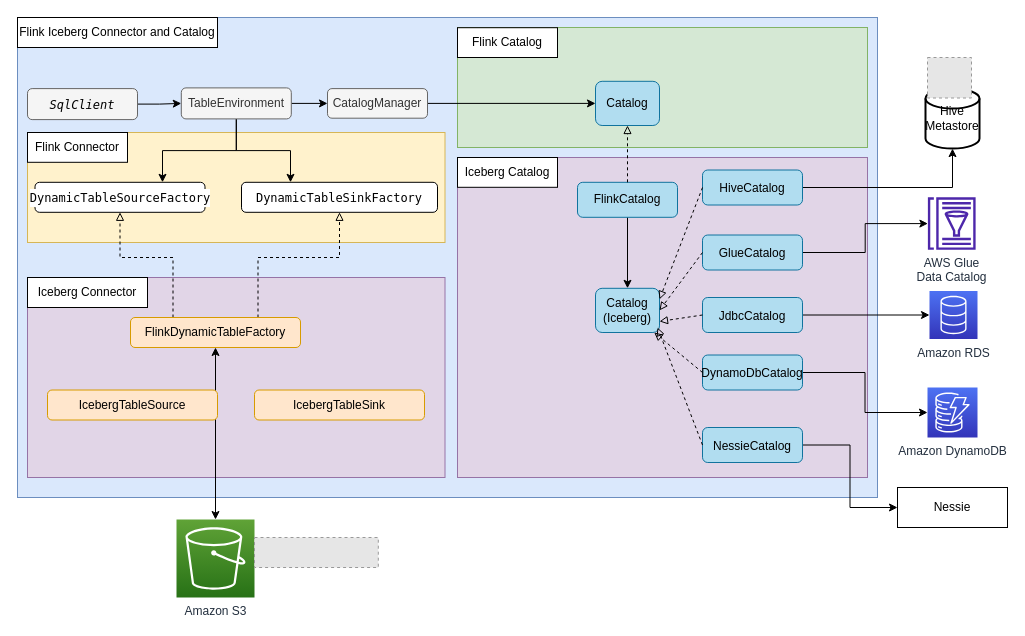
leejianwei/aws-diagram keeps this draw.io diagram as Flink Iceberg Glue Architecture.drawio. Above is the earlier version. Source tidied: cells renumbered, new cells numbered last; positions are measured from the earlier drawing's top-left corner, leaving out a move shared by most shapes. Both pictures are drawn from the tidied source at 100%, with x=0, y=0 at pixel (17, 17). Pictures stored in the file or linked from it are replaced by grey dashed boxes.
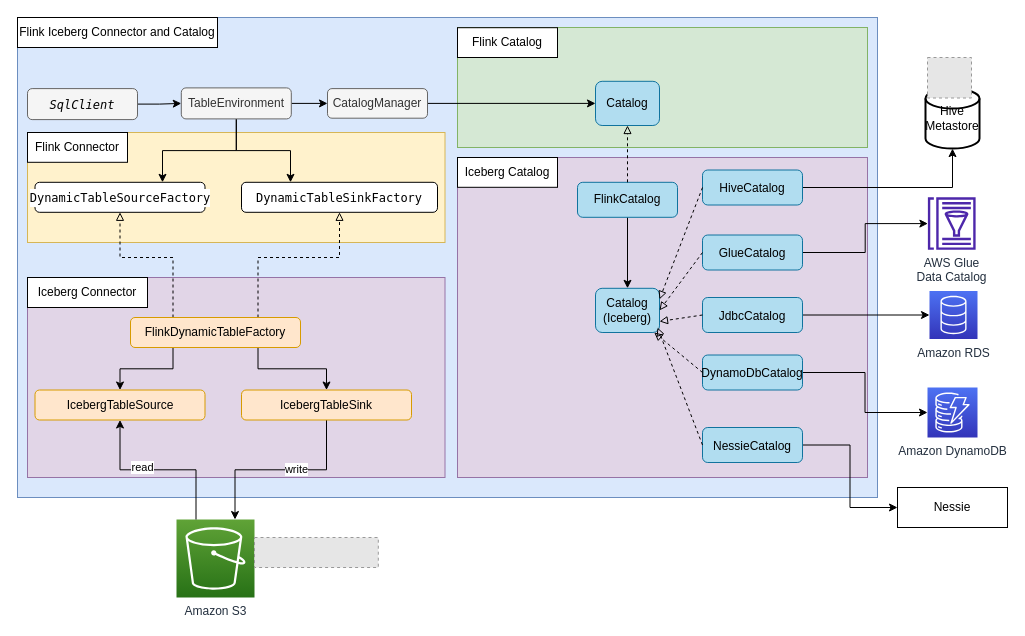
After the change.

The change refers to these unchanged cells:
```xml
<mxCell id="24" value="FlinkDynamicTableFactory" style="rounded=1;whiteSpace=wrap;strokeColor=#d79b00;labelBackgroundColor=none;fillColor=#ffe6cc;" parent="1" vertex="1">
  <mxGeometry x="113" y="300" width="170" height="30" as="geometry" />
</mxCell>
<mxCell id="25" value="Amazon S3" style="sketch=0;points=[[0,0,0],[0.25,0,0],[0.5,0,0],[0.75,0,0],[1,0,0],[0,1,0],[0.25,1,0],[0.5,1,0],[0.75,1,0],[1,1,0],[0,0.25,0],[0,0.5,0],[0,0.75,0],[1,0.25,0],[1,0.5,0],[1,0.75,0]];outlineConnect=0;fontColor=#232F3E;gradientColor=#60A337;gradientDirection=north;fillColor=#277116;strokeColor=#ffffff;dashed=0;verticalLabelPosition=bottom;verticalAlign=top;align=center;html=1;fontSize=12;fontStyle=0;shape=mxgraph.aws4.resourceIcon;resIcon=mxgraph.aws4.s3;labelBackgroundColor=default;" parent="1" vertex="1">
  <mxGeometry x="159" y="502" width="78" height="78" as="geometry" />
</mxCell>
```

What changed in the source:
```diff
@@
-    <mxCell id="23" style="edgeStyle=orthogonalEdgeStyle;rounded=0;jettySize=auto;html=1;exitX=0.5;exitY=1;exitDx=0;exitDy=0;entryX=0.5;entryY=0;entryDx=0;entryDy=0;entryPerimeter=0;strokeWidth=1;fontColor=default;startArrow=classic;startFill=1;endArrow=classic;endFill=1;" parent="1" edge="1" source="24" target="25">
-      <mxGeometry relative="1" as="geometry" />
-    </mxCell>
+    <mxCell id="56" style="edgeStyle=orthogonalEdgeStyle;rounded=0;jettySize=auto;html=1;exitX=0.25;exitY=1;exitDx=0;exitDy=0;" parent="1" edge="1" source="24" target="54">
+      <mxGeometry relative="1" as="geometry" />
+    </mxCell>
+    <mxCell id="57" style="edgeStyle=orthogonalEdgeStyle;rounded=0;jettySize=auto;html=1;entryX=0.5;entryY=0;entryDx=0;entryDy=0;exitX=0.75;exitY=1;exitDx=0;exitDy=0;" parent="1" edge="1" source="24" target="55">
+      <mxGeometry relative="1" as="geometry" />
+    </mxCell>
@@
+    <mxCell id="58" style="edgeStyle=orthogonalEdgeStyle;rounded=0;jettySize=auto;html=1;entryX=0.25;entryY=0;entryDx=0;entryDy=0;entryPerimeter=0;startArrow=classic;startFill=1;endArrow=none;endFill=0;" parent="1" edge="1" source="54" target="25">
+      <mxGeometry relative="1" as="geometry" />
+    </mxCell>
+    <mxCell id="59" value="read" style="edgeLabel;html=1;align=center;verticalAlign=middle;" parent="58" vertex="1">
+      <mxGeometry x="-0.18" y="3" relative="1" as="geometry" />
+    </mxCell>
     <mxCell id="54" value="IcebergTableSource" style="rounded=1;whiteSpace=wrap;strokeColor=#d79b00;labelBackgroundColor=none;fillColor=#ffe6cc;" parent="1" vertex="1">
-      <mxGeometry x="30" y="372.5" width="170" height="30" as="geometry" />
+      <mxGeometry x="17.5" y="372.5" width="170" height="30" as="geometry" />
     </mxCell>
+    <mxCell id="60" style="edgeStyle=orthogonalEdgeStyle;rounded=0;jettySize=auto;html=1;entryX=0.75;entryY=0;entryDx=0;entryDy=0;entryPerimeter=0;" parent="1" edge="1" source="55" target="25">
+      <mxGeometry relative="1" as="geometry" />
+    </mxCell>
+    <mxCell id="61" value="write" style="edgeLabel;html=1;align=center;verticalAlign=middle;" parent="60" vertex="1">
+      <mxGeometry x="-0.16" y="-1" relative="1" as="geometry" />
+    </mxCell>
     <mxCell id="55" value="IcebergTableSink" style="rounded=1;whiteSpace=wrap;strokeColor=#d79b00;labelBackgroundColor=none;fillColor=#ffe6cc;" parent="1" vertex="1">
-      <mxGeometry x="237" y="372.5" width="170" height="30" as="geometry" />
+      <mxGeometry x="224" y="372.5" width="170" height="30" as="geometry" />
     </mxCell>
```
